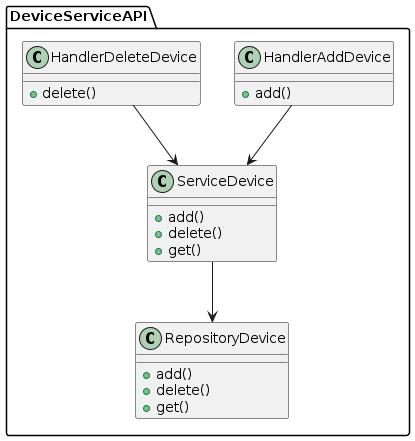
This is out/schemas/src/code/smarthome_device_service_api_code/SmartHomeDeviceServiceAPICode.png from arefev/warmhouse, a PlantUML export, as it was before one commit.
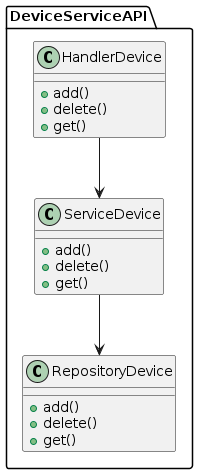
Later version of the same file.

Commit message:
warmhouse: device service api

Change to the diagram source:
```diff
@@ -1,12 +1,10 @@
 @startuml SmartHomeDeviceServiceAPICode
 
 package DeviceServiceAPI {
-    class HandlerAddDevice {
+    class HandlerDevice {
         +add()
-    }
-
-    class HandlerDeleteDevice {
         +delete()
+        +get()
     }
 
     class ServiceDevice{
@@ -21,8 +19,7 @@
         +get()
     }
 
-    HandlerAddDevice --> ServiceDevice
-    HandlerDeleteDevice --> ServiceDevice
+    HandlerDevice --> ServiceDevice
     ServiceDevice --> RepositoryDevice
 }
 
```
